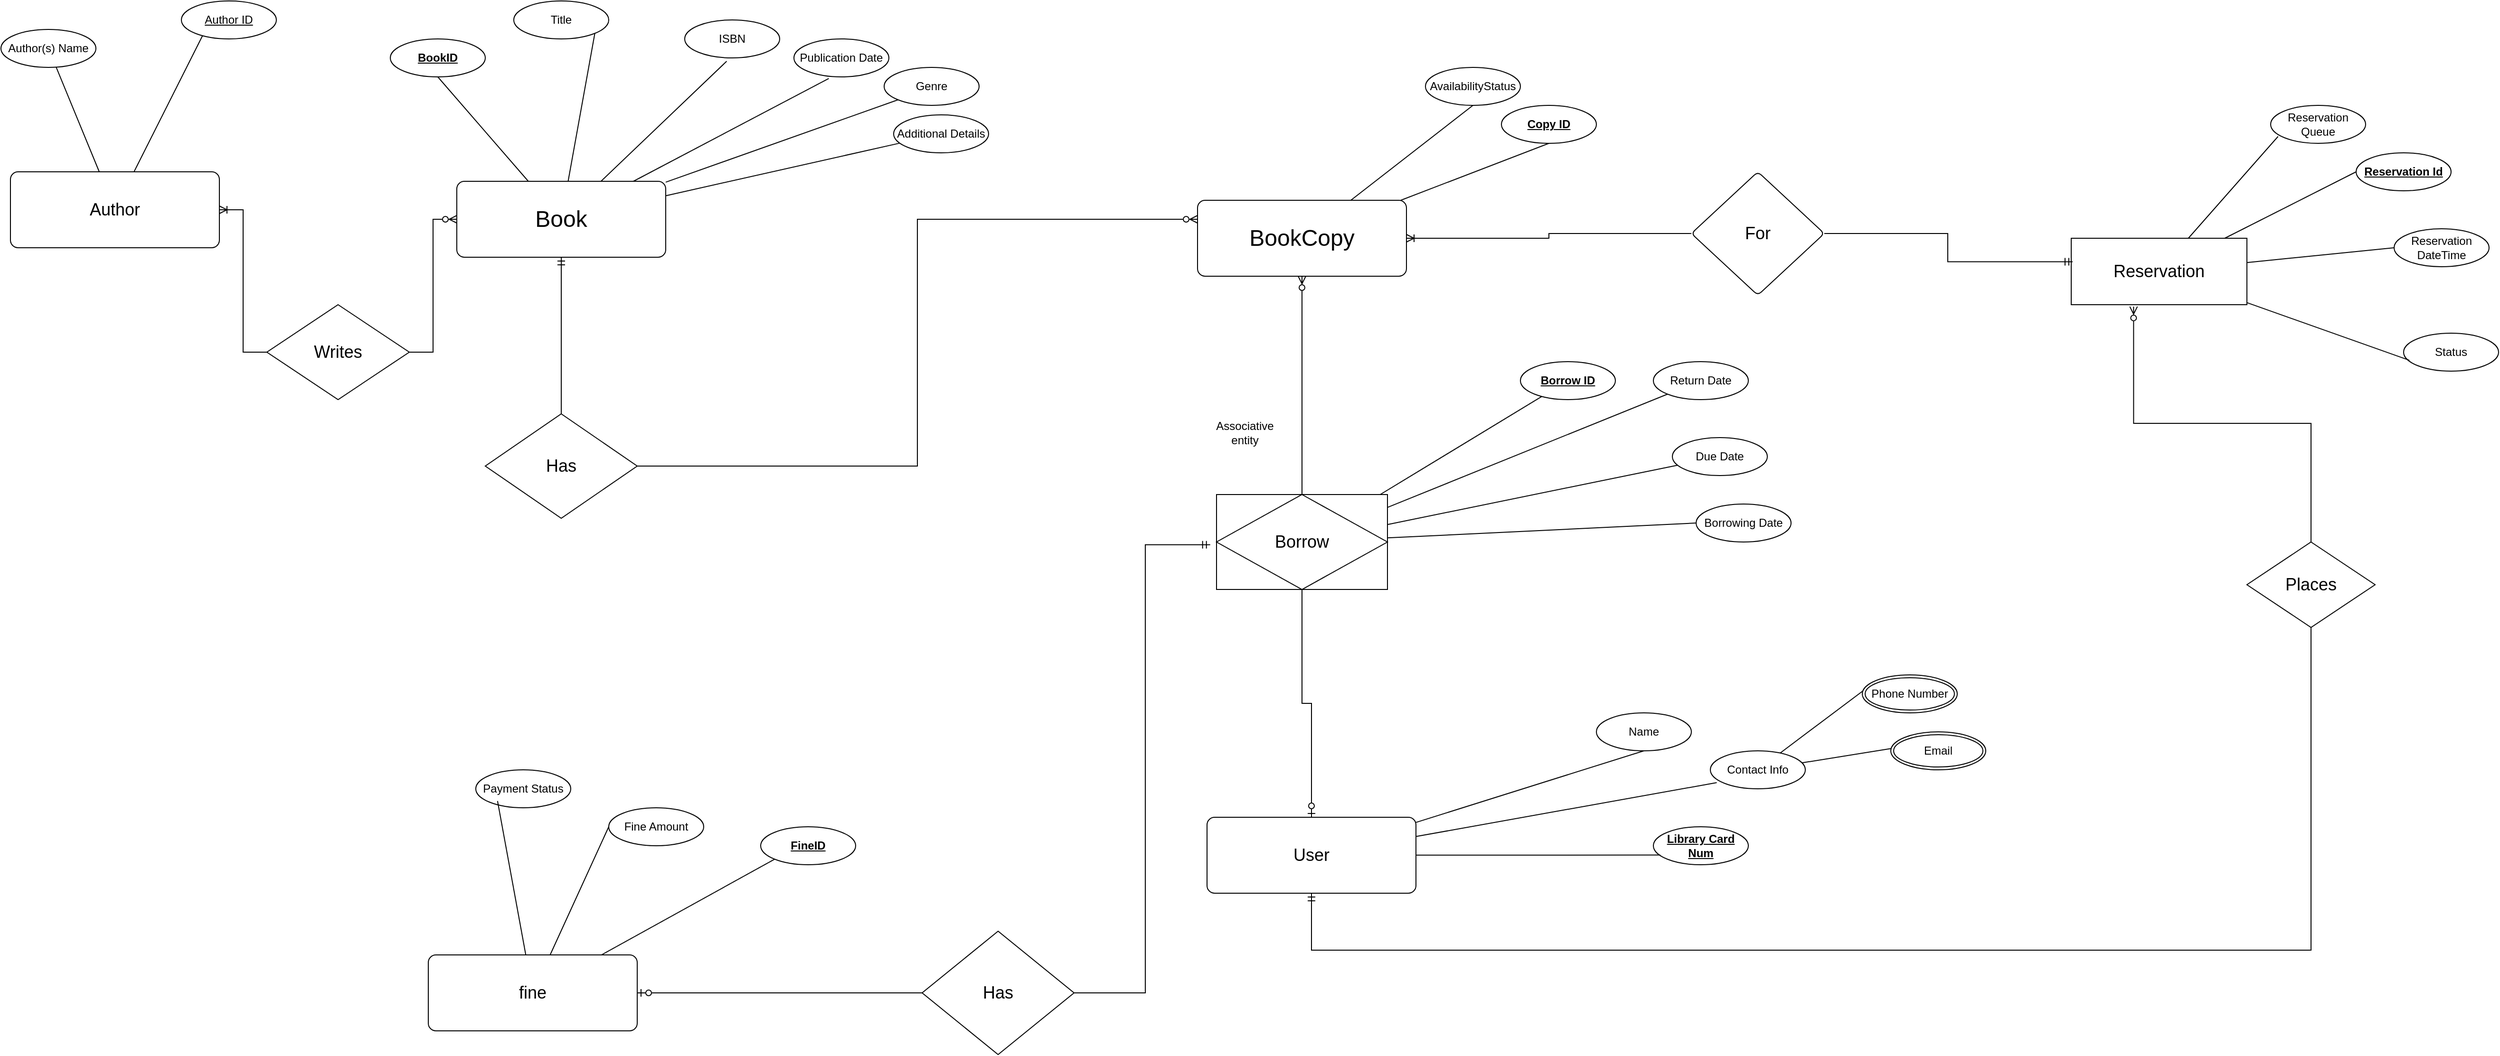
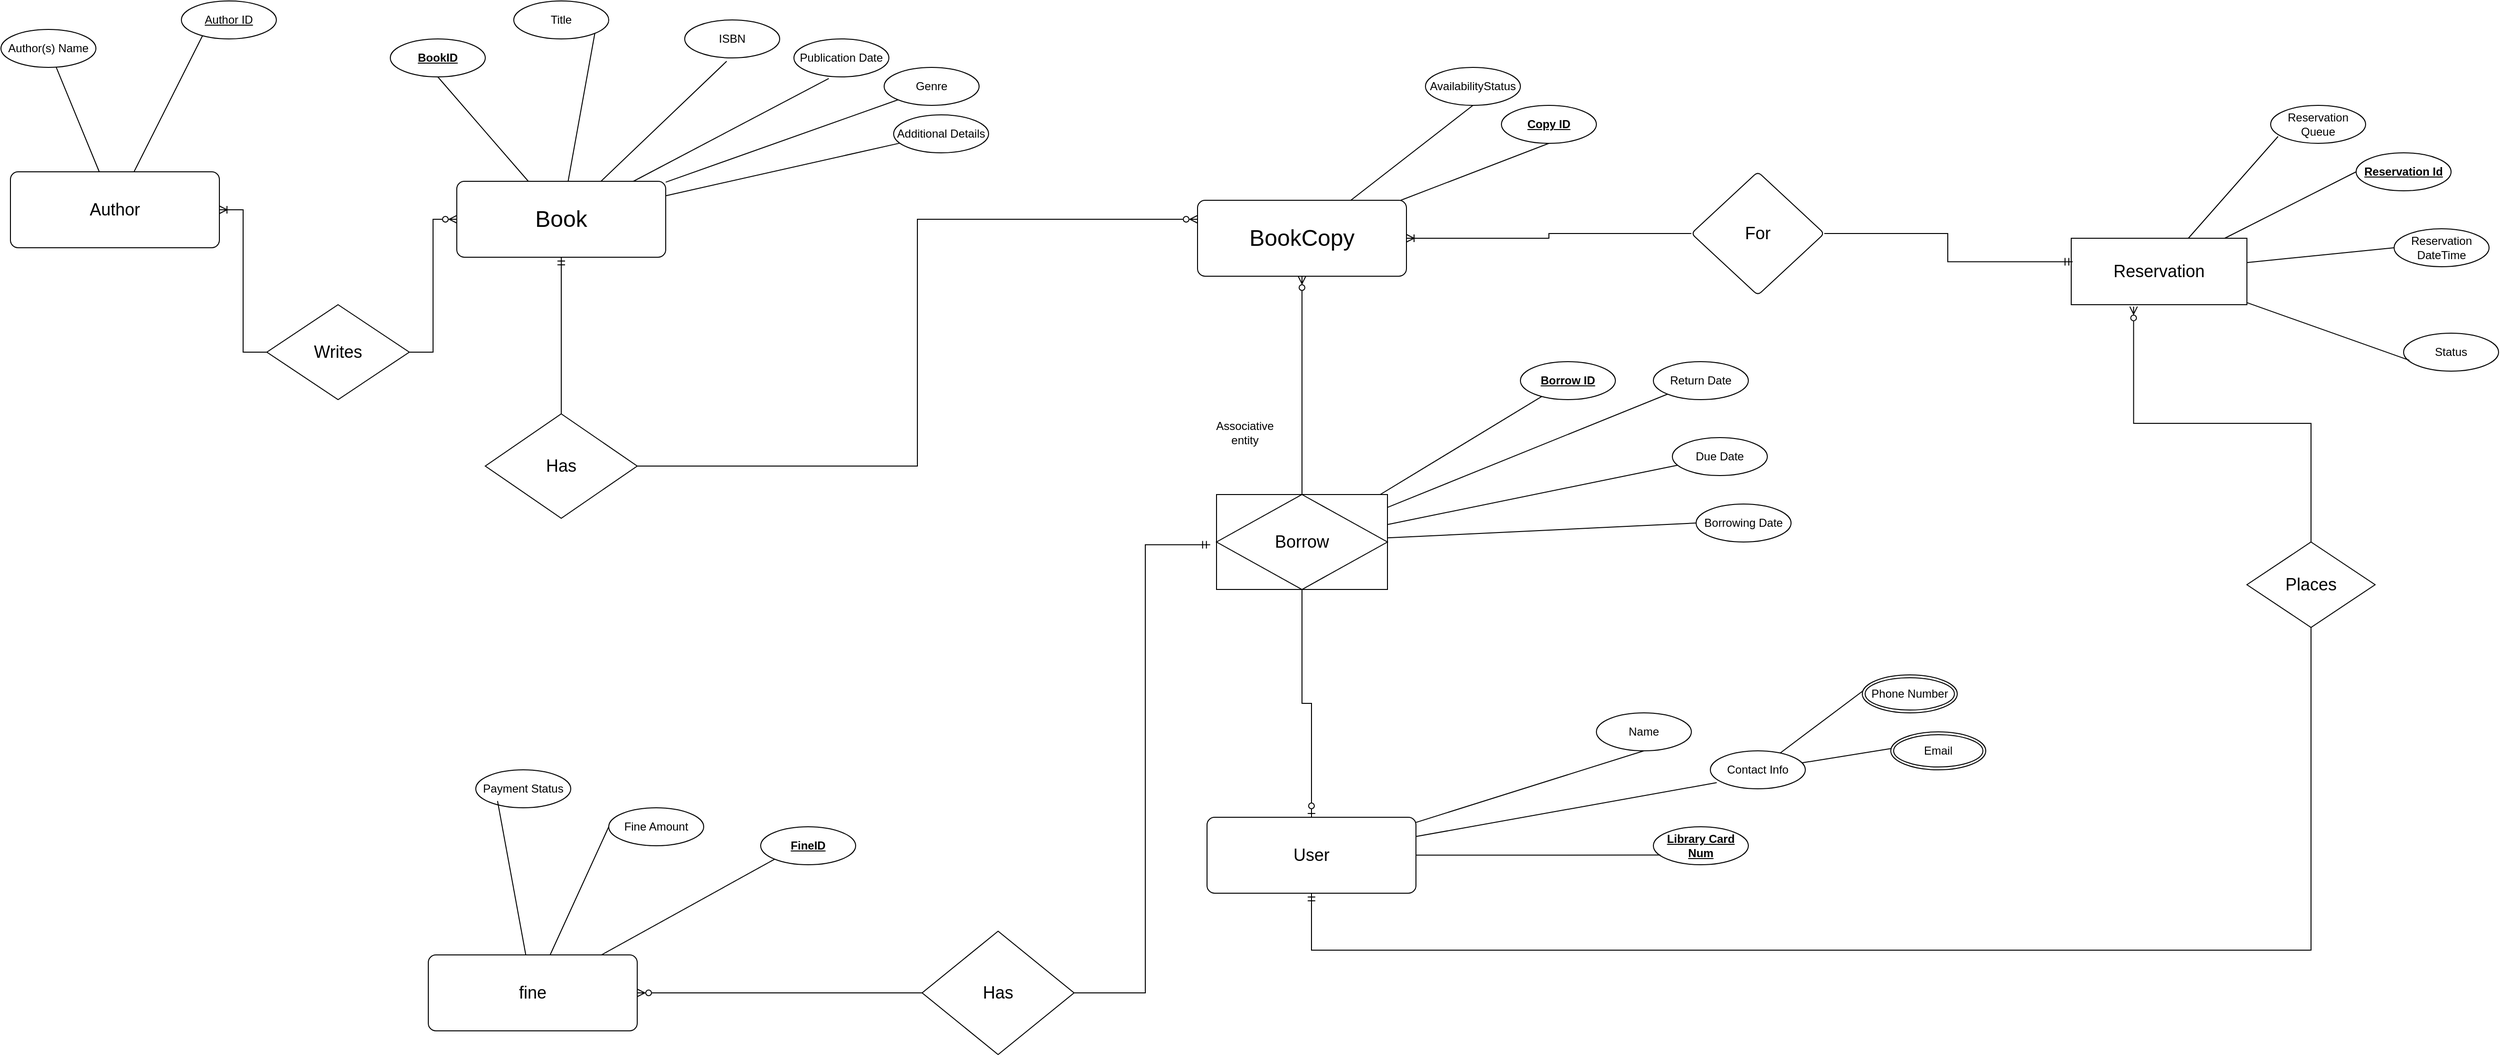
<mxfile host="app.diagrams.net">
  <diagram name="Page-1" id="B9Nwf9ZPLkXmfYra15Gt">
-     <mxGraphModel dx="1857" dy="1579" grid="1" gridSize="10" guides="1" tooltips="1" connect="1" arrows="1" fold="1" page="1" pageScale="1" pageWidth="850" pageHeight="1100" math="0" shadow="0">
+     <mxGraphModel dx="2298" dy="1789" grid="1" gridSize="10" guides="1" tooltips="1" connect="1" arrows="1" fold="1" page="1" pageScale="1" pageWidth="850" pageHeight="1100" math="0" shadow="0">
      <root>
        <mxCell id="0" />
        <mxCell id="1" parent="0" />
        <mxCell id="yqGJgnaFVJ7uCynHO3OM-8" edge="1" parent="1" source="yqGJgnaFVJ7uCynHO3OM-1" style="rounded=0;orthogonalLoop=1;jettySize=auto;html=1;entryX=0.5;entryY=1;entryDx=0;entryDy=0;endArrow=none;endFill=0;" target="yqGJgnaFVJ7uCynHO3OM-7">
          <mxGeometry relative="1" as="geometry" />
        </mxCell>
        <mxCell id="yqGJgnaFVJ7uCynHO3OM-9" edge="1" parent="1" source="yqGJgnaFVJ7uCynHO3OM-1" style="rounded=0;orthogonalLoop=1;jettySize=auto;html=1;entryX=1;entryY=1;entryDx=0;entryDy=0;endArrow=none;endFill=0;" target="yqGJgnaFVJ7uCynHO3OM-6">
          <mxGeometry relative="1" as="geometry" />
        </mxCell>
        <mxCell id="yqGJgnaFVJ7uCynHO3OM-14" edge="1" parent="1" source="yqGJgnaFVJ7uCynHO3OM-1" style="rounded=0;orthogonalLoop=1;jettySize=auto;html=1;entryX=0;entryY=1;entryDx=0;entryDy=0;endArrow=none;endFill=0;" target="yqGJgnaFVJ7uCynHO3OM-5">
          <mxGeometry relative="1" as="geometry" />
        </mxCell>
        <mxCell id="yqGJgnaFVJ7uCynHO3OM-16" edge="1" parent="1" source="yqGJgnaFVJ7uCynHO3OM-1" style="rounded=0;orthogonalLoop=1;jettySize=auto;html=1;endArrow=none;endFill=0;" target="yqGJgnaFVJ7uCynHO3OM-15">
          <mxGeometry relative="1" as="geometry" />
        </mxCell>
        <mxCell id="yqGJgnaFVJ7uCynHO3OM-65" edge="1" parent="1" source="yqGJgnaFVJ7uCynHO3OM-1" style="edgeStyle=orthogonalEdgeStyle;rounded=0;orthogonalLoop=1;jettySize=auto;html=1;startArrow=ERmandOne;startFill=0;endArrow=none;endFill=0;" target="yqGJgnaFVJ7uCynHO3OM-64">
          <mxGeometry relative="1" as="geometry" />
        </mxCell>
        <mxCell id="yqGJgnaFVJ7uCynHO3OM-1" parent="1" style="rounded=1;arcSize=10;whiteSpace=wrap;html=1;align=center;" value="&lt;font style=&quot;font-size: 24px;&quot;&gt;Book&lt;/font&gt;" vertex="1">
          <mxGeometry height="80" width="220" x="-30" y="110" as="geometry" />
        </mxCell>
        <mxCell id="yqGJgnaFVJ7uCynHO3OM-2" parent="1" style="ellipse;whiteSpace=wrap;html=1;align=center;" value="Author(s) Name" vertex="1">
          <mxGeometry height="40" width="100" x="-510" y="-50" as="geometry" />
        </mxCell>
        <mxCell id="yqGJgnaFVJ7uCynHO3OM-3" parent="1" style="ellipse;whiteSpace=wrap;html=1;align=center;" value="ISBN" vertex="1">
          <mxGeometry height="40" width="100" x="210" y="-60" as="geometry" />
        </mxCell>
        <mxCell id="yqGJgnaFVJ7uCynHO3OM-4" parent="1" style="ellipse;whiteSpace=wrap;html=1;align=center;" value="Publication Date" vertex="1">
          <mxGeometry height="40" width="100" x="325" y="-40" as="geometry" />
        </mxCell>
        <mxCell id="yqGJgnaFVJ7uCynHO3OM-5" parent="1" style="ellipse;whiteSpace=wrap;html=1;align=center;" value="Genre" vertex="1">
          <mxGeometry height="40" width="100" x="420" y="-10" as="geometry" />
        </mxCell>
        <mxCell id="yqGJgnaFVJ7uCynHO3OM-6" parent="1" style="ellipse;whiteSpace=wrap;html=1;align=center;" value="Title" vertex="1">
          <mxGeometry height="40" width="100" x="30" y="-80" as="geometry" />
        </mxCell>
        <mxCell id="yqGJgnaFVJ7uCynHO3OM-7" parent="1" style="ellipse;whiteSpace=wrap;html=1;align=center;" value="&lt;b&gt;&lt;u&gt;BookID&lt;/u&gt;&lt;/b&gt;" vertex="1">
          <mxGeometry height="40" width="100" x="-100" y="-40" as="geometry" />
        </mxCell>
        <mxCell id="yqGJgnaFVJ7uCynHO3OM-12" edge="1" parent="1" source="yqGJgnaFVJ7uCynHO3OM-1" style="rounded=0;orthogonalLoop=1;jettySize=auto;html=1;entryX=0.442;entryY=1.088;entryDx=0;entryDy=0;entryPerimeter=0;endArrow=none;endFill=0;" target="yqGJgnaFVJ7uCynHO3OM-3">
          <mxGeometry relative="1" as="geometry" />
        </mxCell>
        <mxCell id="yqGJgnaFVJ7uCynHO3OM-13" edge="1" parent="1" source="yqGJgnaFVJ7uCynHO3OM-1" style="rounded=0;orthogonalLoop=1;jettySize=auto;html=1;entryX=0.367;entryY=1.041;entryDx=0;entryDy=0;entryPerimeter=0;endArrow=none;endFill=0;" target="yqGJgnaFVJ7uCynHO3OM-4">
          <mxGeometry relative="1" as="geometry" />
        </mxCell>
        <mxCell id="yqGJgnaFVJ7uCynHO3OM-15" parent="1" style="ellipse;whiteSpace=wrap;html=1;align=center;" value="&lt;div&gt;Additional Details&lt;/div&gt;" vertex="1">
          <mxGeometry height="40" width="100" x="430" y="40" as="geometry" />
        </mxCell>
        <mxCell id="yqGJgnaFVJ7uCynHO3OM-19" edge="1" parent="1" source="yqGJgnaFVJ7uCynHO3OM-17" style="rounded=0;orthogonalLoop=1;jettySize=auto;html=1;entryX=0.5;entryY=1;entryDx=0;entryDy=0;endArrow=none;endFill=0;" target="yqGJgnaFVJ7uCynHO3OM-18">
          <mxGeometry relative="1" as="geometry" />
        </mxCell>
        <mxCell id="yqGJgnaFVJ7uCynHO3OM-21" edge="1" parent="1" source="yqGJgnaFVJ7uCynHO3OM-17" style="rounded=0;orthogonalLoop=1;jettySize=auto;html=1;entryX=0.5;entryY=1;entryDx=0;entryDy=0;endArrow=none;endFill=0;" target="yqGJgnaFVJ7uCynHO3OM-20">
          <mxGeometry relative="1" as="geometry" />
        </mxCell>
        <mxCell id="yqGJgnaFVJ7uCynHO3OM-77" edge="1" parent="1" source="yqGJgnaFVJ7uCynHO3OM-17" style="edgeStyle=orthogonalEdgeStyle;rounded=0;orthogonalLoop=1;jettySize=auto;html=1;endArrow=none;endFill=0;startArrow=ERoneToMany;startFill=0;" target="yqGJgnaFVJ7uCynHO3OM-76" value="">
          <mxGeometry relative="1" as="geometry" />
        </mxCell>
        <mxCell id="yqGJgnaFVJ7uCynHO3OM-17" parent="1" style="rounded=1;arcSize=10;whiteSpace=wrap;html=1;align=center;" value="&lt;font style=&quot;font-size: 24px;&quot;&gt;BookCopy&lt;/font&gt;" vertex="1">
          <mxGeometry height="80" width="220" x="750" y="130" as="geometry" />
        </mxCell>
        <mxCell id="yqGJgnaFVJ7uCynHO3OM-18" parent="1" style="ellipse;whiteSpace=wrap;html=1;align=center;" value="&lt;u&gt;&lt;b&gt;Copy ID&lt;/b&gt;&lt;/u&gt;" vertex="1">
          <mxGeometry height="40" width="100" x="1070" y="30" as="geometry" />
        </mxCell>
        <mxCell id="yqGJgnaFVJ7uCynHO3OM-20" parent="1" style="ellipse;whiteSpace=wrap;html=1;align=center;" value="&lt;div&gt;AvailabilityStatus &lt;/div&gt;" vertex="1">
          <mxGeometry height="40" width="100" x="990" y="-10" as="geometry" />
        </mxCell>
        <mxCell id="yqGJgnaFVJ7uCynHO3OM-24" edge="1" parent="1" source="yqGJgnaFVJ7uCynHO3OM-22" style="rounded=0;orthogonalLoop=1;jettySize=auto;html=1;entryX=0.5;entryY=1;entryDx=0;entryDy=0;endArrow=none;endFill=0;" target="yqGJgnaFVJ7uCynHO3OM-23">
          <mxGeometry relative="1" as="geometry" />
        </mxCell>
        <mxCell id="yqGJgnaFVJ7uCynHO3OM-62" edge="1" parent="1" source="yqGJgnaFVJ7uCynHO3OM-33" style="edgeStyle=orthogonalEdgeStyle;rounded=0;orthogonalLoop=1;jettySize=auto;html=1;entryX=1;entryY=0.5;entryDx=0;entryDy=0;endArrow=none;endFill=0;startArrow=ERmandOne;startFill=0;exitX=-0.037;exitY=0.529;exitDx=0;exitDy=0;exitPerimeter=0;" target="yqGJgnaFVJ7uCynHO3OM-61">
          <mxGeometry relative="1" as="geometry" />
        </mxCell>
        <mxCell id="yqGJgnaFVJ7uCynHO3OM-90" edge="1" parent="1" source="yqGJgnaFVJ7uCynHO3OM-22" style="edgeStyle=orthogonalEdgeStyle;rounded=0;orthogonalLoop=1;jettySize=auto;html=1;entryX=0.5;entryY=1;entryDx=0;entryDy=0;endArrow=none;endFill=0;startArrow=ERmandOne;startFill=0;" target="yqGJgnaFVJ7uCynHO3OM-89">
          <mxGeometry relative="1" as="geometry">
            <Array as="points">
              <mxPoint x="870" y="920" />
              <mxPoint x="1922.55" y="920" />
            </Array>
          </mxGeometry>
        </mxCell>
        <mxCell id="yqGJgnaFVJ7uCynHO3OM-22" parent="1" style="rounded=1;arcSize=10;whiteSpace=wrap;html=1;align=center;" value="&lt;font style=&quot;font-size: 18px;&quot;&gt;User&lt;/font&gt;" vertex="1">
          <mxGeometry height="80" width="220" x="760" y="780" as="geometry" />
        </mxCell>
        <mxCell id="yqGJgnaFVJ7uCynHO3OM-23" parent="1" style="ellipse;whiteSpace=wrap;html=1;align=center;" value="Name" vertex="1">
          <mxGeometry height="40" width="100" x="1170" y="670" as="geometry" />
        </mxCell>
        <mxCell id="yqGJgnaFVJ7uCynHO3OM-44" edge="1" parent="1" source="yqGJgnaFVJ7uCynHO3OM-26" style="rounded=0;orthogonalLoop=1;jettySize=auto;html=1;endArrow=none;endFill=0;entryX=0.005;entryY=0.425;entryDx=0;entryDy=0;entryPerimeter=0;" target="uUi9bw1wtk8PfAUnjRbH-2" value="">
          <mxGeometry relative="1" as="geometry">
            <mxPoint x="1419.6446614452443" y="658.2676115234988" as="targetPoint" />
          </mxGeometry>
        </mxCell>
        <mxCell id="yqGJgnaFVJ7uCynHO3OM-26" parent="1" style="ellipse;whiteSpace=wrap;html=1;align=center;" value="Contact Info" vertex="1">
          <mxGeometry height="40" width="100" x="1290" y="710" as="geometry" />
        </mxCell>
        <mxCell id="yqGJgnaFVJ7uCynHO3OM-29" edge="1" parent="1" source="yqGJgnaFVJ7uCynHO3OM-22" style="rounded=0;orthogonalLoop=1;jettySize=auto;html=1;entryX=0.067;entryY=0.838;entryDx=0;entryDy=0;entryPerimeter=0;endArrow=none;endFill=0;" target="yqGJgnaFVJ7uCynHO3OM-26">
          <mxGeometry relative="1" as="geometry" />
        </mxCell>
        <mxCell id="yqGJgnaFVJ7uCynHO3OM-30" parent="1" style="ellipse;whiteSpace=wrap;html=1;align=center;" value="&lt;u&gt;&lt;b&gt;Library Card Num&lt;/b&gt;&lt;/u&gt;" vertex="1">
          <mxGeometry height="40" width="100" x="1230" y="790" as="geometry" />
        </mxCell>
        <mxCell id="yqGJgnaFVJ7uCynHO3OM-31" edge="1" parent="1" source="yqGJgnaFVJ7uCynHO3OM-22" style="rounded=0;orthogonalLoop=1;jettySize=auto;html=1;entryX=0.073;entryY=0.744;entryDx=0;entryDy=0;entryPerimeter=0;endArrow=none;endFill=0;" target="yqGJgnaFVJ7uCynHO3OM-30">
          <mxGeometry relative="1" as="geometry" />
        </mxCell>
        <mxCell id="yqGJgnaFVJ7uCynHO3OM-48" edge="1" parent="1" source="yqGJgnaFVJ7uCynHO3OM-33" style="rounded=0;orthogonalLoop=1;jettySize=auto;html=1;endArrow=none;endFill=0;" target="yqGJgnaFVJ7uCynHO3OM-40">
          <mxGeometry relative="1" as="geometry" />
        </mxCell>
        <mxCell id="yqGJgnaFVJ7uCynHO3OM-49" edge="1" parent="1" source="yqGJgnaFVJ7uCynHO3OM-33" style="rounded=0;orthogonalLoop=1;jettySize=auto;html=1;endArrow=none;endFill=0;" target="yqGJgnaFVJ7uCynHO3OM-36">
          <mxGeometry relative="1" as="geometry" />
        </mxCell>
        <mxCell id="uUi9bw1wtk8PfAUnjRbH-9" edge="1" parent="1" source="yqGJgnaFVJ7uCynHO3OM-33" style="rounded=0;orthogonalLoop=1;jettySize=auto;html=1;endArrow=none;endFill=0;" target="uUi9bw1wtk8PfAUnjRbH-8">
          <mxGeometry relative="1" as="geometry" />
        </mxCell>
        <mxCell id="yqGJgnaFVJ7uCynHO3OM-33" parent="1" style="shape=associativeEntity;whiteSpace=wrap;html=1;align=center;" value="&lt;font style=&quot;font-size: 18px;&quot;&gt;Borrow&lt;/font&gt;" vertex="1">
          <mxGeometry height="100" width="180" x="770" y="440" as="geometry" />
        </mxCell>
        <mxCell id="yqGJgnaFVJ7uCynHO3OM-36" parent="1" style="ellipse;whiteSpace=wrap;html=1;align=center;" value="Return Date" vertex="1">
          <mxGeometry height="40" width="100" x="1230" y="300" as="geometry" />
        </mxCell>
        <mxCell id="yqGJgnaFVJ7uCynHO3OM-39" parent="1" style="ellipse;whiteSpace=wrap;html=1;align=center;" value="Borrowing Date" vertex="1">
          <mxGeometry height="40" width="100" x="1275" y="450" as="geometry" />
        </mxCell>
        <mxCell id="yqGJgnaFVJ7uCynHO3OM-40" parent="1" style="ellipse;whiteSpace=wrap;html=1;align=center;" value="Due Date" vertex="1">
          <mxGeometry height="40" width="100" x="1250" y="380" as="geometry" />
        </mxCell>
        <mxCell id="yqGJgnaFVJ7uCynHO3OM-46" edge="1" parent="1" source="yqGJgnaFVJ7uCynHO3OM-26" style="rounded=0;orthogonalLoop=1;jettySize=auto;html=1;entryX=0.063;entryY=0.415;entryDx=0;entryDy=0;entryPerimeter=0;endArrow=none;endFill=0;" target="uUi9bw1wtk8PfAUnjRbH-1">
          <mxGeometry relative="1" as="geometry">
            <mxPoint x="1509.1999999999998" y="696.6399999999999" as="targetPoint" />
          </mxGeometry>
        </mxCell>
        <mxCell id="yqGJgnaFVJ7uCynHO3OM-47" edge="1" parent="1" source="yqGJgnaFVJ7uCynHO3OM-33" style="rounded=0;orthogonalLoop=1;jettySize=auto;html=1;entryX=0;entryY=0.5;entryDx=0;entryDy=0;endArrow=none;endFill=0;" target="yqGJgnaFVJ7uCynHO3OM-39">
          <mxGeometry relative="1" as="geometry" />
        </mxCell>
        <mxCell id="yqGJgnaFVJ7uCynHO3OM-54" edge="1" parent="1" source="yqGJgnaFVJ7uCynHO3OM-50" style="rounded=0;orthogonalLoop=1;jettySize=auto;html=1;entryX=0;entryY=0.5;entryDx=0;entryDy=0;endArrow=none;endFill=0;" target="yqGJgnaFVJ7uCynHO3OM-53">
          <mxGeometry relative="1" as="geometry" />
        </mxCell>
        <mxCell id="yqGJgnaFVJ7uCynHO3OM-87" edge="1" parent="1" source="yqGJgnaFVJ7uCynHO3OM-50" style="rounded=0;orthogonalLoop=1;jettySize=auto;html=1;entryX=0;entryY=1;entryDx=0;entryDy=0;endArrow=none;endFill=0;" target="yqGJgnaFVJ7uCynHO3OM-86">
          <mxGeometry relative="1" as="geometry" />
        </mxCell>
        <mxCell id="yqGJgnaFVJ7uCynHO3OM-50" parent="1" style="rounded=1;arcSize=10;whiteSpace=wrap;html=1;align=center;" value="&lt;font style=&quot;font-size: 18px;&quot;&gt;fine&lt;/font&gt;" vertex="1">
          <mxGeometry height="80" width="220" x="-60" y="925" as="geometry" />
        </mxCell>
        <mxCell id="yqGJgnaFVJ7uCynHO3OM-51" parent="1" style="ellipse;whiteSpace=wrap;html=1;align=center;" value="Payment Status" vertex="1">
          <mxGeometry height="40" width="100" x="-10" y="730" as="geometry" />
        </mxCell>
        <mxCell id="yqGJgnaFVJ7uCynHO3OM-52" edge="1" parent="1" source="yqGJgnaFVJ7uCynHO3OM-50" style="rounded=0;orthogonalLoop=1;jettySize=auto;html=1;entryX=0.229;entryY=0.822;entryDx=0;entryDy=0;entryPerimeter=0;endArrow=none;endFill=0;" target="yqGJgnaFVJ7uCynHO3OM-51">
          <mxGeometry relative="1" as="geometry" />
        </mxCell>
        <mxCell id="yqGJgnaFVJ7uCynHO3OM-53" parent="1" style="ellipse;whiteSpace=wrap;html=1;align=center;" value="Fine Amount" vertex="1">
          <mxGeometry height="40" width="100" x="130" y="770" as="geometry" />
        </mxCell>
        <mxCell id="yqGJgnaFVJ7uCynHO3OM-57" edge="1" parent="1" source="yqGJgnaFVJ7uCynHO3OM-22" style="edgeStyle=orthogonalEdgeStyle;rounded=0;orthogonalLoop=1;jettySize=auto;html=1;entryX=0.5;entryY=1;entryDx=0;entryDy=0;endArrow=none;endFill=0;startArrow=ERzeroToOne;startFill=0;" target="yqGJgnaFVJ7uCynHO3OM-33">
          <mxGeometry relative="1" as="geometry" />
        </mxCell>
        <mxCell id="yqGJgnaFVJ7uCynHO3OM-59" edge="1" parent="1" source="yqGJgnaFVJ7uCynHO3OM-17" style="edgeStyle=orthogonalEdgeStyle;rounded=0;orthogonalLoop=1;jettySize=auto;html=1;entryX=0.5;entryY=0;entryDx=0;entryDy=0;endArrow=none;endFill=0;startArrow=ERzeroToMany;startFill=0;" target="yqGJgnaFVJ7uCynHO3OM-33">
          <mxGeometry relative="1" as="geometry" />
        </mxCell>
-         <mxCell id="yqGJgnaFVJ7uCynHO3OM-63" edge="1" parent="1" source="yqGJgnaFVJ7uCynHO3OM-61" style="edgeStyle=orthogonalEdgeStyle;rounded=0;orthogonalLoop=1;jettySize=auto;html=1;entryX=1;entryY=0.5;entryDx=0;entryDy=0;endArrow=ERzeroToOne;endFill=0;startArrow=none;startFill=0;" target="yqGJgnaFVJ7uCynHO3OM-50">
+         <mxCell id="yqGJgnaFVJ7uCynHO3OM-63" edge="1" parent="1" source="yqGJgnaFVJ7uCynHO3OM-61" style="edgeStyle=orthogonalEdgeStyle;rounded=0;orthogonalLoop=1;jettySize=auto;html=1;entryX=1;entryY=0.5;entryDx=0;entryDy=0;endArrow=ERzeroToMany;endFill=0;startArrow=none;startFill=0;" target="yqGJgnaFVJ7uCynHO3OM-50">
          <mxGeometry relative="1" as="geometry" />
        </mxCell>
        <mxCell id="yqGJgnaFVJ7uCynHO3OM-61" parent="1" style="shape=rhombus;perimeter=rhombusPerimeter;whiteSpace=wrap;html=1;align=center;" value="&lt;font style=&quot;font-size: 18px;&quot;&gt;Has&lt;/font&gt;" vertex="1">
          <mxGeometry height="130" width="160" x="460" y="900" as="geometry" />
        </mxCell>
        <mxCell id="yqGJgnaFVJ7uCynHO3OM-66" edge="1" parent="1" source="yqGJgnaFVJ7uCynHO3OM-64" style="edgeStyle=orthogonalEdgeStyle;rounded=0;orthogonalLoop=1;jettySize=auto;html=1;entryX=0;entryY=0.25;entryDx=0;entryDy=0;endArrow=ERzeroToMany;endFill=0;" target="yqGJgnaFVJ7uCynHO3OM-17">
          <mxGeometry relative="1" as="geometry" />
        </mxCell>
        <mxCell id="yqGJgnaFVJ7uCynHO3OM-64" parent="1" style="shape=rhombus;perimeter=rhombusPerimeter;whiteSpace=wrap;html=1;align=center;" value="&lt;font style=&quot;font-size: 18px;&quot;&gt;Has&lt;/font&gt;" vertex="1">
          <mxGeometry height="110" width="160" y="355" as="geometry" />
        </mxCell>
        <mxCell id="yqGJgnaFVJ7uCynHO3OM-70" edge="1" parent="1" source="yqGJgnaFVJ7uCynHO3OM-68" style="rounded=0;orthogonalLoop=1;jettySize=auto;html=1;entryX=0;entryY=0.5;entryDx=0;entryDy=0;endArrow=none;endFill=0;" target="yqGJgnaFVJ7uCynHO3OM-69">
          <mxGeometry relative="1" as="geometry" />
        </mxCell>
        <mxCell id="yqGJgnaFVJ7uCynHO3OM-68" parent="1" style="whiteSpace=wrap;html=1;" value="&lt;font style=&quot;font-size: 18px;&quot;&gt;Reservation&lt;/font&gt;" vertex="1">
          <mxGeometry height="70" width="185" x="1670" y="170" as="geometry" />
        </mxCell>
        <mxCell id="yqGJgnaFVJ7uCynHO3OM-69" parent="1" style="ellipse;whiteSpace=wrap;html=1;align=center;" value="&lt;b&gt;&lt;u&gt;Reservation Id&lt;/u&gt;&lt;/b&gt;" vertex="1">
          <mxGeometry height="40" width="100" x="1970" y="80" as="geometry" />
        </mxCell>
        <mxCell id="yqGJgnaFVJ7uCynHO3OM-71" parent="1" style="ellipse;whiteSpace=wrap;html=1;align=center;" value="Reservation DateTime" vertex="1">
          <mxGeometry height="40" width="100" x="2010" y="160" as="geometry" />
        </mxCell>
        <mxCell id="yqGJgnaFVJ7uCynHO3OM-72" edge="1" parent="1" source="yqGJgnaFVJ7uCynHO3OM-68" style="rounded=0;orthogonalLoop=1;jettySize=auto;html=1;entryX=0;entryY=0.5;entryDx=0;entryDy=0;endArrow=none;endFill=0;" target="yqGJgnaFVJ7uCynHO3OM-71">
          <mxGeometry relative="1" as="geometry" />
        </mxCell>
        <mxCell id="yqGJgnaFVJ7uCynHO3OM-74" parent="1" style="ellipse;whiteSpace=wrap;html=1;align=center;" value="Status" vertex="1">
          <mxGeometry height="40" width="100" x="2020" y="270" as="geometry" />
        </mxCell>
        <mxCell id="yqGJgnaFVJ7uCynHO3OM-75" edge="1" parent="1" source="yqGJgnaFVJ7uCynHO3OM-68" style="rounded=0;orthogonalLoop=1;jettySize=auto;html=1;entryX=0.061;entryY=0.714;entryDx=0;entryDy=0;entryPerimeter=0;endArrow=none;endFill=0;" target="yqGJgnaFVJ7uCynHO3OM-74">
          <mxGeometry relative="1" as="geometry" />
        </mxCell>
        <mxCell id="yqGJgnaFVJ7uCynHO3OM-76" parent="1" style="rhombus;whiteSpace=wrap;html=1;rounded=1;arcSize=10;" value="&lt;font style=&quot;font-size: 18px;&quot;&gt;For&lt;/font&gt;" vertex="1">
          <mxGeometry height="130" width="140" x="1270" y="100" as="geometry" />
        </mxCell>
        <mxCell id="yqGJgnaFVJ7uCynHO3OM-78" edge="1" parent="1" source="yqGJgnaFVJ7uCynHO3OM-76" style="edgeStyle=orthogonalEdgeStyle;rounded=0;orthogonalLoop=1;jettySize=auto;html=1;entryX=0.008;entryY=0.353;entryDx=0;entryDy=0;entryPerimeter=0;endArrow=ERmandOne;endFill=0;" target="yqGJgnaFVJ7uCynHO3OM-68">
          <mxGeometry relative="1" as="geometry" />
        </mxCell>
        <mxCell id="yqGJgnaFVJ7uCynHO3OM-80" edge="1" parent="1" source="yqGJgnaFVJ7uCynHO3OM-79" style="rounded=0;orthogonalLoop=1;jettySize=auto;html=1;endArrow=none;endFill=0;" target="yqGJgnaFVJ7uCynHO3OM-2">
          <mxGeometry relative="1" as="geometry" />
        </mxCell>
        <mxCell id="yqGJgnaFVJ7uCynHO3OM-84" edge="1" parent="1" source="yqGJgnaFVJ7uCynHO3OM-79" style="edgeStyle=orthogonalEdgeStyle;rounded=0;orthogonalLoop=1;jettySize=auto;html=1;entryX=0;entryY=0.5;entryDx=0;entryDy=0;endArrow=none;endFill=0;startArrow=ERoneToMany;startFill=0;" target="yqGJgnaFVJ7uCynHO3OM-83">
          <mxGeometry relative="1" as="geometry" />
        </mxCell>
        <mxCell id="yqGJgnaFVJ7uCynHO3OM-79" parent="1" style="rounded=1;arcSize=10;whiteSpace=wrap;html=1;align=center;" value="&lt;font style=&quot;font-size: 18px;&quot;&gt;Author&lt;/font&gt;" vertex="1">
          <mxGeometry height="80" width="220" x="-500" y="100" as="geometry" />
        </mxCell>
        <mxCell id="yqGJgnaFVJ7uCynHO3OM-81" parent="1" style="ellipse;whiteSpace=wrap;html=1;align=center;" value="&lt;u&gt;Author ID&lt;/u&gt;" vertex="1">
          <mxGeometry height="40" width="100" x="-320" y="-80" as="geometry" />
        </mxCell>
        <mxCell id="yqGJgnaFVJ7uCynHO3OM-82" edge="1" parent="1" source="yqGJgnaFVJ7uCynHO3OM-79" style="rounded=0;orthogonalLoop=1;jettySize=auto;html=1;entryX=0.222;entryY=0.918;entryDx=0;entryDy=0;entryPerimeter=0;endArrow=none;endFill=0;" target="yqGJgnaFVJ7uCynHO3OM-81">
          <mxGeometry relative="1" as="geometry" />
        </mxCell>
        <mxCell id="yqGJgnaFVJ7uCynHO3OM-85" edge="1" parent="1" source="yqGJgnaFVJ7uCynHO3OM-83" style="edgeStyle=orthogonalEdgeStyle;rounded=0;orthogonalLoop=1;jettySize=auto;html=1;entryX=0;entryY=0.5;entryDx=0;entryDy=0;endArrow=ERzeroToMany;endFill=0;" target="yqGJgnaFVJ7uCynHO3OM-1">
          <mxGeometry relative="1" as="geometry" />
        </mxCell>
        <mxCell id="yqGJgnaFVJ7uCynHO3OM-83" parent="1" style="shape=rhombus;perimeter=rhombusPerimeter;whiteSpace=wrap;html=1;align=center;" value="&lt;font style=&quot;font-size: 18px;&quot;&gt;Writes&lt;/font&gt;" vertex="1">
          <mxGeometry height="100" width="150" x="-230" y="240" as="geometry" />
        </mxCell>
        <mxCell id="yqGJgnaFVJ7uCynHO3OM-86" parent="1" style="ellipse;whiteSpace=wrap;html=1;align=center;" value="&lt;b&gt;&lt;u&gt;FineID&lt;/u&gt;&lt;/b&gt;" vertex="1">
          <mxGeometry height="40" width="100" x="290" y="790" as="geometry" />
        </mxCell>
        <mxCell id="yqGJgnaFVJ7uCynHO3OM-89" parent="1" style="shape=rhombus;perimeter=rhombusPerimeter;whiteSpace=wrap;html=1;align=center;" value="&lt;font style=&quot;font-size: 18px;&quot;&gt;Places&lt;/font&gt;" vertex="1">
          <mxGeometry height="90" width="135" x="1855" y="490" as="geometry" />
        </mxCell>
        <mxCell id="yqGJgnaFVJ7uCynHO3OM-91" edge="1" parent="1" source="yqGJgnaFVJ7uCynHO3OM-89" style="edgeStyle=orthogonalEdgeStyle;rounded=0;orthogonalLoop=1;jettySize=auto;html=1;entryX=0.355;entryY=1.028;entryDx=0;entryDy=0;entryPerimeter=0;endArrow=ERzeroToMany;endFill=0;startArrow=none;startFill=0;" target="yqGJgnaFVJ7uCynHO3OM-68">
          <mxGeometry relative="1" as="geometry" />
        </mxCell>
        <mxCell id="uUi9bw1wtk8PfAUnjRbH-1" parent="1" style="ellipse;shape=doubleEllipse;margin=3;whiteSpace=wrap;html=1;align=center;" value="Email" vertex="1">
          <mxGeometry height="40" width="100" x="1480" y="690" as="geometry" />
        </mxCell>
        <mxCell id="uUi9bw1wtk8PfAUnjRbH-2" parent="1" style="ellipse;shape=doubleEllipse;margin=3;whiteSpace=wrap;html=1;align=center;" value="Phone Number" vertex="1">
          <mxGeometry height="40" width="100" x="1450" y="630" as="geometry" />
        </mxCell>
        <mxCell id="uUi9bw1wtk8PfAUnjRbH-3" parent="1" style="ellipse;whiteSpace=wrap;html=1;align=center;" value="Reservation Queue" vertex="1">
          <mxGeometry height="40" width="100" x="1880" y="30" as="geometry" />
        </mxCell>
        <mxCell id="uUi9bw1wtk8PfAUnjRbH-4" edge="1" parent="1" source="yqGJgnaFVJ7uCynHO3OM-68" style="rounded=0;orthogonalLoop=1;jettySize=auto;html=1;entryX=0.078;entryY=0.819;entryDx=0;entryDy=0;entryPerimeter=0;endArrow=none;endFill=0;" target="uUi9bw1wtk8PfAUnjRbH-3">
          <mxGeometry relative="1" as="geometry" />
        </mxCell>
        <mxCell id="uUi9bw1wtk8PfAUnjRbH-8" parent="1" style="ellipse;whiteSpace=wrap;html=1;align=center;" value="&lt;b&gt;&lt;u&gt;Borrow ID&lt;/u&gt;&lt;/b&gt;" vertex="1">
          <mxGeometry height="40" width="100" x="1090" y="300" as="geometry" />
        </mxCell>
        <mxCell id="uUi9bw1wtk8PfAUnjRbH-10" parent="1" style="text;html=1;whiteSpace=wrap;strokeColor=none;fillColor=none;align=center;verticalAlign=middle;rounded=0;" value="Associative entity" vertex="1">
          <mxGeometry height="30" width="60" x="770" y="360" as="geometry" />
        </mxCell>
      </root>
    </mxGraphModel>
  </diagram>
</mxfile>
